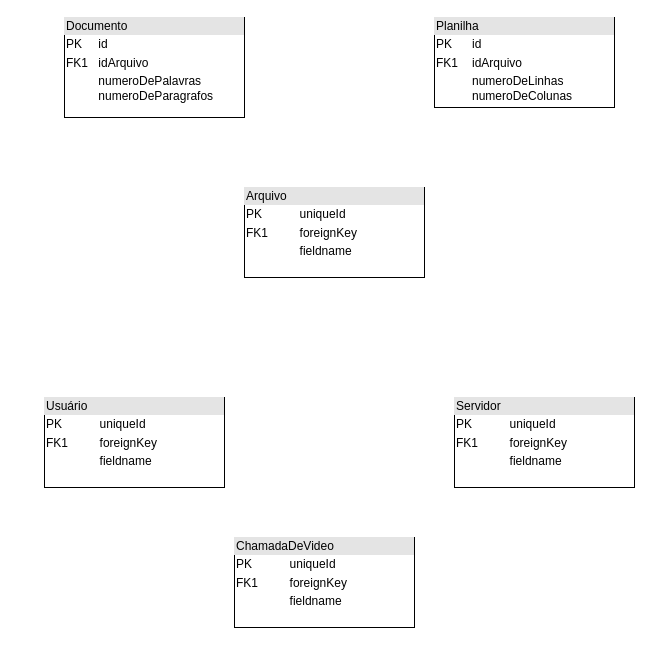
Earlier version of the draw.io diagram Diagrama sem nome.drawio (Konitch/Diagram). Source tidied: cells renumbered, new cells numbered last; positions are measured from the earlier drawing's top-left corner, leaving out a move shared by most shapes. Both pictures are drawn from the tidied source at 100%, with x=0, y=0 at pixel (44, 17).
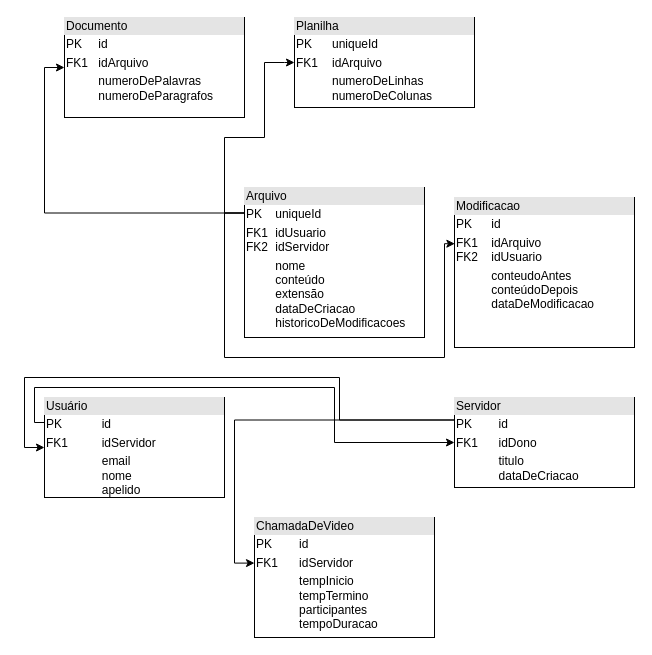
After the change.

The edit, as a diff of the source:
```diff
@@
 <mxGraphModel>
   <root>
     <mxCell id="0" />
     <mxCell id="1" parent="0" />
     <mxCell id="2" value="&lt;div style=&quot;box-sizing:border-box;width:100%;background:#e4e4e4;padding:2px;&quot;&gt;Documento&lt;/div&gt;&lt;table style=&quot;width:100%;font-size:1em;&quot; cellpadding=&quot;2&quot; cellspacing=&quot;0&quot;&gt;&lt;tbody&gt;&lt;tr&gt;&lt;td&gt;PK&lt;/td&gt;&lt;td&gt;id&lt;/td&gt;&lt;/tr&gt;&lt;tr&gt;&lt;td&gt;FK1&lt;/td&gt;&lt;td&gt;idArquivo&lt;/td&gt;&lt;/tr&gt;&lt;tr&gt;&lt;td&gt;&lt;/td&gt;&lt;td&gt;numeroDePalavras&lt;br&gt;numeroDeParagrafos&lt;br&gt;&lt;/td&gt;&lt;/tr&gt;&lt;/tbody&gt;&lt;/table&gt;" style="verticalAlign=top;align=left;overflow=fill;html=1;whiteSpace=wrap;" parent="1" vertex="1">
       <mxGeometry x="20" width="180" height="100" as="geometry" />
     </mxCell>
-    <mxCell id="3" value="&lt;div style=&quot;box-sizing:border-box;width:100%;background:#e4e4e4;padding:2px;&quot;&gt;Planilha&lt;/div&gt;&lt;table style=&quot;width:100%;font-size:1em;&quot; cellpadding=&quot;2&quot; cellspacing=&quot;0&quot;&gt;&lt;tbody&gt;&lt;tr&gt;&lt;td&gt;PK&lt;/td&gt;&lt;td&gt;id&lt;/td&gt;&lt;/tr&gt;&lt;tr&gt;&lt;td&gt;FK1&lt;/td&gt;&lt;td&gt;idArquivo&lt;/td&gt;&lt;/tr&gt;&lt;tr&gt;&lt;td&gt;&lt;/td&gt;&lt;td&gt;numeroDeLinhas&lt;br&gt;numeroDeColunas&lt;/td&gt;&lt;/tr&gt;&lt;/tbody&gt;&lt;/table&gt;" style="verticalAlign=top;align=left;overflow=fill;html=1;whiteSpace=wrap;" parent="1" vertex="1">
-      <mxGeometry x="390" width="180" height="90" as="geometry" />
+    <mxCell id="3" value="&lt;div style=&quot;box-sizing:border-box;width:100%;background:#e4e4e4;padding:2px;&quot;&gt;Planilha&lt;/div&gt;&lt;table style=&quot;width:100%;font-size:1em;&quot; cellpadding=&quot;2&quot; cellspacing=&quot;0&quot;&gt;&lt;tbody&gt;&lt;tr&gt;&lt;td&gt;PK&lt;/td&gt;&lt;td&gt;uniqueId&lt;/td&gt;&lt;/tr&gt;&lt;tr&gt;&lt;td&gt;FK1&lt;/td&gt;&lt;td&gt;idArquivo&lt;/td&gt;&lt;/tr&gt;&lt;tr&gt;&lt;td&gt;&lt;/td&gt;&lt;td&gt;numeroDeLinhas&lt;br&gt;numeroDeColunas&lt;/td&gt;&lt;/tr&gt;&lt;/tbody&gt;&lt;/table&gt;" style="verticalAlign=top;align=left;overflow=fill;html=1;whiteSpace=wrap;" parent="1" vertex="1">
+      <mxGeometry x="250" width="180" height="90" as="geometry" />
     </mxCell>
+    <mxCell id="8" style="edgeStyle=orthogonalEdgeStyle;rounded=0;jettySize=auto;html=1;exitX=0;exitY=0.17;exitDx=0;exitDy=0;exitPerimeter=0;entryX=0;entryY=0.5;entryDx=0;entryDy=0;" parent="1" edge="1" source="4" target="2">
+      <mxGeometry relative="1" as="geometry" />
+    </mxCell>
+    <mxCell id="9" style="edgeStyle=orthogonalEdgeStyle;rounded=0;jettySize=auto;html=1;exitX=0;exitY=0.17;exitDx=0;exitDy=0;exitPerimeter=0;entryX=0;entryY=0.5;entryDx=0;entryDy=0;" parent="1" edge="1" source="4" target="3">
+      <mxGeometry relative="1" as="geometry">
+        <Array as="points">
+          <mxPoint x="180" y="196" />
+          <mxPoint x="180" y="120" />
+          <mxPoint x="220" y="120" />
+          <mxPoint x="220" y="45" />
+          <mxPoint x="240" y="45" />
+        </Array>
+      </mxGeometry>
+    </mxCell>
-    <mxCell id="4" value="&lt;div style=&quot;box-sizing:border-box;width:100%;background:#e4e4e4;padding:2px;&quot;&gt;Arquivo&lt;/div&gt;&lt;table style=&quot;width:100%;font-size:1em;&quot; cellpadding=&quot;2&quot; cellspacing=&quot;0&quot;&gt;&lt;tbody&gt;&lt;tr&gt;&lt;td&gt;PK&lt;/td&gt;&lt;td&gt;uniqueId&lt;/td&gt;&lt;/tr&gt;&lt;tr&gt;&lt;td&gt;FK1&lt;/td&gt;&lt;td&gt;foreignKey&lt;/td&gt;&lt;/tr&gt;&lt;tr&gt;&lt;td&gt;&lt;/td&gt;&lt;td&gt;fieldname&lt;/td&gt;&lt;/tr&gt;&lt;/tbody&gt;&lt;/table&gt;" style="verticalAlign=top;align=left;overflow=fill;html=1;whiteSpace=wrap;" parent="1" vertex="1">
-      <mxGeometry x="200" y="170" width="180" height="90" as="geometry" />
+    <mxCell id="4" value="&lt;div style=&quot;box-sizing:border-box;width:100%;background:#e4e4e4;padding:2px;&quot;&gt;Arquivo&lt;/div&gt;&lt;table style=&quot;width:100%;font-size:1em;&quot; cellpadding=&quot;2&quot; cellspacing=&quot;0&quot;&gt;&lt;tbody&gt;&lt;tr&gt;&lt;td&gt;PK&lt;/td&gt;&lt;td&gt;uniqueId&lt;/td&gt;&lt;/tr&gt;&lt;tr&gt;&lt;td&gt;FK1&lt;br&gt;FK2&lt;/td&gt;&lt;td&gt;idUsuario&lt;br&gt;idServidor&lt;/td&gt;&lt;/tr&gt;&lt;tr&gt;&lt;td&gt;&lt;/td&gt;&lt;td&gt;nome&lt;br&gt;conteúdo&lt;br&gt;extensão&lt;br&gt;dataDeCriacao&lt;br&gt;historicoDeModificacoes&lt;/td&gt;&lt;/tr&gt;&lt;/tbody&gt;&lt;/table&gt;" style="verticalAlign=top;align=left;overflow=fill;html=1;whiteSpace=wrap;points=[[0,0,0,0,0],[0,0.17,0,0,0],[0,0.31,0,0,0],[0,0.41,0,0,0],[0,0.71,0,0,0],[0,1,0,0,0],[0.25,0,0,0,0],[0.25,1,0,0,0],[0.5,0,0,0,0],[0.5,1,0,0,0],[0.75,0,0,0,0],[0.75,1,0,0,0],[1,0,0,0,0],[1,0.25,0,0,0],[1,0.5,0,0,0],[1,0.75,0,0,0],[1,1,0,0,0]];" parent="1" vertex="1">
+      <mxGeometry x="200" y="170" width="180" height="150" as="geometry" />
     </mxCell>
+    <mxCell id="10" style="edgeStyle=orthogonalEdgeStyle;rounded=0;jettySize=auto;html=1;exitX=0;exitY=0.25;exitDx=0;exitDy=0;entryX=0;entryY=0.5;entryDx=0;entryDy=0;" parent="1" edge="1" source="5" target="6">
+      <mxGeometry relative="1" as="geometry">
+        <Array as="points">
+          <mxPoint x="-10" y="405" />
+          <mxPoint x="-10" y="370" />
+          <mxPoint x="290" y="370" />
+          <mxPoint x="290" y="425" />
+        </Array>
+      </mxGeometry>
+    </mxCell>
-    <mxCell id="5" value="&lt;div style=&quot;box-sizing:border-box;width:100%;background:#e4e4e4;padding:2px;&quot;&gt;Usuário&lt;/div&gt;&lt;table style=&quot;width:100%;font-size:1em;&quot; cellpadding=&quot;2&quot; cellspacing=&quot;0&quot;&gt;&lt;tbody&gt;&lt;tr&gt;&lt;td&gt;PK&lt;/td&gt;&lt;td&gt;uniqueId&lt;/td&gt;&lt;/tr&gt;&lt;tr&gt;&lt;td&gt;FK1&lt;/td&gt;&lt;td&gt;foreignKey&lt;/td&gt;&lt;/tr&gt;&lt;tr&gt;&lt;td&gt;&lt;/td&gt;&lt;td&gt;fieldname&lt;/td&gt;&lt;/tr&gt;&lt;/tbody&gt;&lt;/table&gt;" style="verticalAlign=top;align=left;overflow=fill;html=1;whiteSpace=wrap;" parent="1" vertex="1">
-      <mxGeometry y="380" width="180" height="90" as="geometry" />
+    <mxCell id="5" value="&lt;div style=&quot;box-sizing:border-box;width:100%;background:#e4e4e4;padding:2px;&quot;&gt;Usuário&lt;/div&gt;&lt;table style=&quot;width:100%;font-size:1em;&quot; cellpadding=&quot;2&quot; cellspacing=&quot;0&quot;&gt;&lt;tbody&gt;&lt;tr&gt;&lt;td&gt;PK&lt;/td&gt;&lt;td&gt;id&lt;/td&gt;&lt;/tr&gt;&lt;tr&gt;&lt;td&gt;FK1&lt;/td&gt;&lt;td&gt;idServidor&lt;/td&gt;&lt;/tr&gt;&lt;tr&gt;&lt;td&gt;&lt;/td&gt;&lt;td&gt;email&lt;br&gt;nome&lt;br&gt;apelido&lt;/td&gt;&lt;/tr&gt;&lt;/tbody&gt;&lt;/table&gt;" style="verticalAlign=top;align=left;overflow=fill;html=1;whiteSpace=wrap;" parent="1" vertex="1">
+      <mxGeometry y="380" width="180" height="100" as="geometry" />
     </mxCell>
+    <mxCell id="11" style="edgeStyle=orthogonalEdgeStyle;rounded=0;jettySize=auto;html=1;exitX=0;exitY=0.25;exitDx=0;exitDy=0;entryX=0;entryY=0.5;entryDx=0;entryDy=0;" parent="1" edge="1" source="6" target="5">
+      <mxGeometry relative="1" as="geometry" />
+    </mxCell>
+    <mxCell id="12" style="edgeStyle=orthogonalEdgeStyle;rounded=0;jettySize=auto;html=1;exitX=0;exitY=0.25;exitDx=0;exitDy=0;entryX=0;entryY=0.38;entryDx=0;entryDy=0;entryPerimeter=0;" parent="1" edge="1" source="6" target="7">
+      <mxGeometry relative="1" as="geometry" />
+    </mxCell>
-    <mxCell id="6" value="&lt;div style=&quot;box-sizing:border-box;width:100%;background:#e4e4e4;padding:2px;&quot;&gt;Servidor&lt;/div&gt;&lt;table style=&quot;width:100%;font-size:1em;&quot; cellpadding=&quot;2&quot; cellspacing=&quot;0&quot;&gt;&lt;tbody&gt;&lt;tr&gt;&lt;td&gt;PK&lt;/td&gt;&lt;td&gt;uniqueId&lt;/td&gt;&lt;/tr&gt;&lt;tr&gt;&lt;td&gt;FK1&lt;/td&gt;&lt;td&gt;foreignKey&lt;/td&gt;&lt;/tr&gt;&lt;tr&gt;&lt;td&gt;&lt;/td&gt;&lt;td&gt;fieldname&lt;/td&gt;&lt;/tr&gt;&lt;/tbody&gt;&lt;/table&gt;" style="verticalAlign=top;align=left;overflow=fill;html=1;whiteSpace=wrap;" parent="1" vertex="1">
+    <mxCell id="6" value="&lt;div style=&quot;box-sizing:border-box;width:100%;background:#e4e4e4;padding:2px;&quot;&gt;Servidor&lt;/div&gt;&lt;table style=&quot;width:100%;font-size:1em;&quot; cellpadding=&quot;2&quot; cellspacing=&quot;0&quot;&gt;&lt;tbody&gt;&lt;tr&gt;&lt;td&gt;PK&lt;/td&gt;&lt;td&gt;id&lt;/td&gt;&lt;/tr&gt;&lt;tr&gt;&lt;td&gt;FK1&lt;/td&gt;&lt;td&gt;idDono&lt;/td&gt;&lt;/tr&gt;&lt;tr&gt;&lt;td&gt;&lt;/td&gt;&lt;td&gt;titulo&lt;br&gt;dataDeCriacao&lt;/td&gt;&lt;/tr&gt;&lt;/tbody&gt;&lt;/table&gt;" style="verticalAlign=top;align=left;overflow=fill;html=1;whiteSpace=wrap;" parent="1" vertex="1">
       <mxGeometry x="410" y="380" width="180" height="90" as="geometry" />
     </mxCell>
-    <mxCell id="7" value="&lt;div style=&quot;box-sizing:border-box;width:100%;background:#e4e4e4;padding:2px;&quot;&gt;ChamadaDeVideo&lt;/div&gt;&lt;table style=&quot;width:100%;font-size:1em;&quot; cellpadding=&quot;2&quot; cellspacing=&quot;0&quot;&gt;&lt;tbody&gt;&lt;tr&gt;&lt;td&gt;PK&lt;/td&gt;&lt;td&gt;uniqueId&lt;/td&gt;&lt;/tr&gt;&lt;tr&gt;&lt;td&gt;FK1&lt;/td&gt;&lt;td&gt;foreignKey&lt;/td&gt;&lt;/tr&gt;&lt;tr&gt;&lt;td&gt;&lt;/td&gt;&lt;td&gt;fieldname&lt;/td&gt;&lt;/tr&gt;&lt;/tbody&gt;&lt;/table&gt;" style="verticalAlign=top;align=left;overflow=fill;html=1;whiteSpace=wrap;" parent="1" vertex="1">
-      <mxGeometry x="190" y="520" width="180" height="90" as="geometry" />
+    <mxCell id="7" value="&lt;div style=&quot;box-sizing:border-box;width:100%;background:#e4e4e4;padding:2px;&quot;&gt;ChamadaDeVideo&lt;/div&gt;&lt;table style=&quot;width:100%;font-size:1em;&quot; cellpadding=&quot;2&quot; cellspacing=&quot;0&quot;&gt;&lt;tbody&gt;&lt;tr&gt;&lt;td&gt;PK&lt;/td&gt;&lt;td&gt;id&lt;/td&gt;&lt;/tr&gt;&lt;tr&gt;&lt;td&gt;FK1&lt;/td&gt;&lt;td&gt;idServidor&lt;/td&gt;&lt;/tr&gt;&lt;tr&gt;&lt;td&gt;&lt;/td&gt;&lt;td&gt;tempInicio&lt;br&gt;tempTermino&lt;br&gt;participantes&lt;br&gt;tempoDuracao&lt;/td&gt;&lt;/tr&gt;&lt;/tbody&gt;&lt;/table&gt;" style="verticalAlign=top;align=left;overflow=fill;html=1;whiteSpace=wrap;points=[[0,0,0,0,0],[0,0.25,0,0,0],[0,0.38,0,0,0],[0,0.75,0,0,0],[0,1,0,0,0],[0.25,0,0,0,0],[0.25,1,0,0,0],[0.5,0,0,0,0],[0.5,1,0,0,0],[0.75,0,0,0,0],[0.75,1,0,0,0],[1,0,0,0,0],[1,0.25,0,0,0],[1,0.5,0,0,0],[1,0.75,0,0,0],[1,1,0,0,0]];" parent="1" vertex="1">
+      <mxGeometry x="210" y="500" width="180" height="120" as="geometry" />
     </mxCell>
+    <mxCell id="13" value="&lt;div style=&quot;box-sizing:border-box;width:100%;background:#e4e4e4;padding:2px;&quot;&gt;Modificacao&lt;/div&gt;&lt;table style=&quot;width:100%;font-size:1em;&quot; cellpadding=&quot;2&quot; cellspacing=&quot;0&quot;&gt;&lt;tbody&gt;&lt;tr&gt;&lt;td&gt;PK&lt;/td&gt;&lt;td&gt;id&lt;/td&gt;&lt;/tr&gt;&lt;tr&gt;&lt;td&gt;FK1&lt;br&gt;FK2&lt;/td&gt;&lt;td&gt;idArquivo&lt;br&gt;idUsuario&lt;/td&gt;&lt;/tr&gt;&lt;tr&gt;&lt;td&gt;&lt;/td&gt;&lt;td&gt;conteudoAntes&lt;br&gt;conteúdoDepois&lt;br&gt;dataDeModificacao&lt;/td&gt;&lt;/tr&gt;&lt;/tbody&gt;&lt;/table&gt;" style="verticalAlign=top;align=left;overflow=fill;html=1;whiteSpace=wrap;" parent="1" vertex="1">
+      <mxGeometry x="410" y="180" width="180" height="150" as="geometry" />
+    </mxCell>
+    <mxCell id="14" style="edgeStyle=orthogonalEdgeStyle;rounded=0;jettySize=auto;html=1;exitX=0;exitY=0.17;exitDx=0;exitDy=0;exitPerimeter=0;entryX=0.002;entryY=0.308;entryDx=0;entryDy=0;entryPerimeter=0;" parent="1" edge="1" source="4" target="13">
+      <mxGeometry relative="1" as="geometry" />
+    </mxCell>
   </root>
 </mxGraphModel>
```
